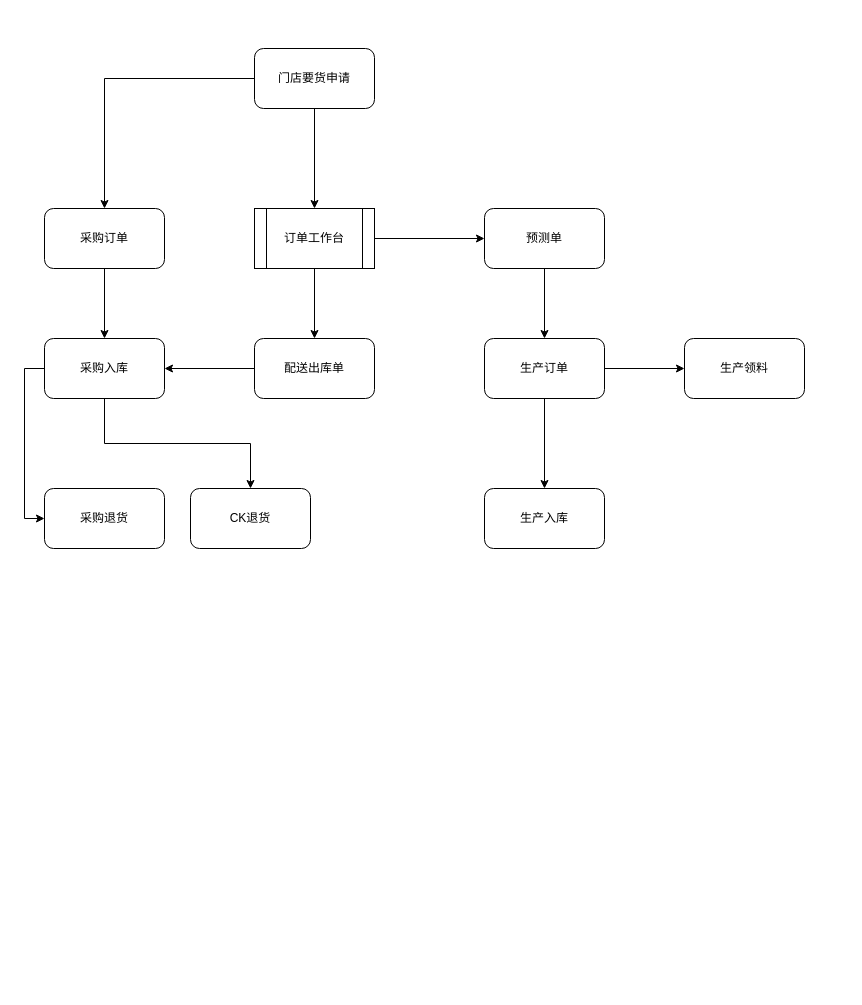
This is 未命名绘图.drawio from Joyce-Ju/iodraw-files, a draw.io file, before an edit. Source tidied: cells renumbered, new cells numbered last; positions are measured from the earlier drawing's top-left corner, leaving out a move shared by most shapes. Both pictures are drawn from the tidied source at 100%, with x=0, y=0 at pixel (44, 48).
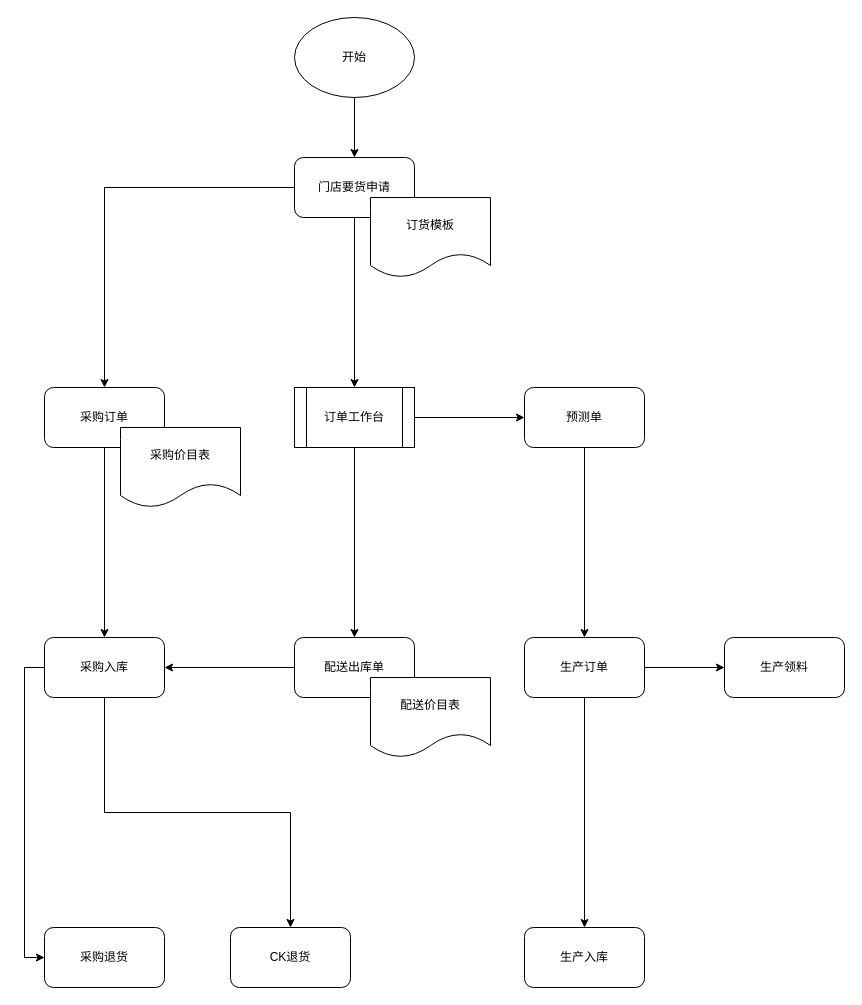
Above is the later version.

Commit message:
更新未命名绘图.drawio

What changed in the source:
```diff
@@
     <mxCell id="4" value="门店要货申请" style="rounded=1;whiteSpace=wrap;html=1;" parent="1" vertex="1">
-      <mxGeometry x="210" width="120" height="60" as="geometry" />
+      <mxGeometry x="250" y="109" width="120" height="60" as="geometry" />
     </mxCell>
@@
     <mxCell id="7" value="订单工作台" style="shape=process;whiteSpace=wrap;html=1;backgroundOutline=1;" parent="1" vertex="1">
-      <mxGeometry x="210" y="160" width="120" height="60" as="geometry" />
+      <mxGeometry x="250" y="339" width="120" height="60" as="geometry" />
     </mxCell>
@@
     <mxCell id="9" value="采购订单" style="rounded=1;whiteSpace=wrap;html=1;" parent="1" vertex="1">
-      <mxGeometry y="160" width="120" height="60" as="geometry" />
+      <mxGeometry y="339" width="120" height="60" as="geometry" />
     </mxCell>
@@
     <mxCell id="11" value="预测单" style="rounded=1;whiteSpace=wrap;html=1;" parent="1" vertex="1">
-      <mxGeometry x="440" y="160" width="120" height="60" as="geometry" />
+      <mxGeometry x="480" y="339" width="120" height="60" as="geometry" />
     </mxCell>
@@
     <mxCell id="13" value="配送出库单" style="rounded=1;whiteSpace=wrap;html=1;" parent="1" vertex="1">
-      <mxGeometry x="210" y="290" width="120" height="60" as="geometry" />
+      <mxGeometry x="250" y="589" width="120" height="60" as="geometry" />
     </mxCell>
@@
     <mxCell id="16" value="采购入库" style="rounded=1;whiteSpace=wrap;html=1;" parent="1" vertex="1">
-      <mxGeometry y="290" width="120" height="60" as="geometry" />
+      <mxGeometry y="589" width="120" height="60" as="geometry" />
     </mxCell>
@@
     <mxCell id="19" value="生产订单" style="rounded=1;whiteSpace=wrap;html=1;" parent="1" vertex="1">
-      <mxGeometry x="440" y="290" width="120" height="60" as="geometry" />
+      <mxGeometry x="480" y="589" width="120" height="60" as="geometry" />
     </mxCell>
     <mxCell id="20" value="生产领料" style="rounded=1;whiteSpace=wrap;html=1;" parent="1" vertex="1">
-      <mxGeometry x="640" y="290" width="120" height="60" as="geometry" />
+      <mxGeometry x="680" y="589" width="120" height="60" as="geometry" />
     </mxCell>
     <mxCell id="21" value="生产入库" style="rounded=1;whiteSpace=wrap;html=1;" parent="1" vertex="1">
-      <mxGeometry x="440" y="440" width="120" height="60" as="geometry" />
+      <mxGeometry x="480" y="879" width="120" height="60" as="geometry" />
     </mxCell>
     <mxCell id="22" value="采购退货" style="rounded=1;whiteSpace=wrap;html=1;" parent="1" vertex="1">
-      <mxGeometry y="440" width="120" height="60" as="geometry" />
+      <mxGeometry y="879" width="120" height="60" as="geometry" />
     </mxCell>
     <mxCell id="23" value="CK退货" style="rounded=1;whiteSpace=wrap;html=1;" parent="1" vertex="1">
-      <mxGeometry x="146" y="440" width="120" height="60" as="geometry" />
+      <mxGeometry x="186" y="879" width="120" height="60" as="geometry" />
     </mxCell>
+    <mxCell id="24" style="edgeStyle=orthogonalEdgeStyle;rounded=0;jettySize=auto;html=1;exitX=0.5;exitY=1;exitDx=0;exitDy=0;entryX=0.5;entryY=0;entryDx=0;entryDy=0;" parent="1" edge="1" source="25" target="4">
+      <mxGeometry relative="1" as="geometry" />
+    </mxCell>
+    <mxCell id="25" value="开始" style="ellipse;whiteSpace=wrap;html=1;" parent="1" vertex="1">
+      <mxGeometry x="250" y="-31" width="120" height="80" as="geometry" />
+    </mxCell>
+    <mxCell id="26" value="订货模板" style="shape=document;whiteSpace=wrap;html=1;boundedLbl=1;" parent="1" vertex="1">
+      <mxGeometry x="326" y="149" width="120" height="80" as="geometry" />
+    </mxCell>
+    <mxCell id="27" value="采购价目表" style="shape=document;whiteSpace=wrap;html=1;boundedLbl=1;" parent="1" vertex="1">
+      <mxGeometry x="76" y="379" width="120" height="80" as="geometry" />
+    </mxCell>
+    <mxCell id="28" value="配送价目表" style="shape=document;whiteSpace=wrap;html=1;boundedLbl=1;" parent="1" vertex="1">
+      <mxGeometry x="326" y="629" width="120" height="80" as="geometry" />
+    </mxCell>
```
